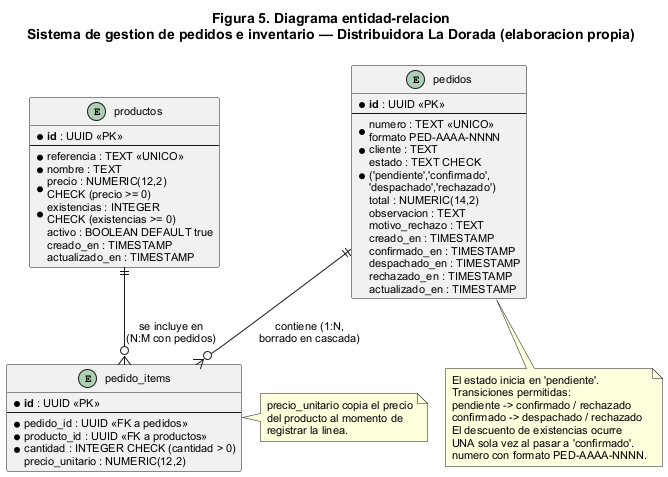
Earlier version of the PlantUML export docs/diagramas/entidad-relacion.png (Mr-Felipe/distri_la_dorada). Source of this version:
```plantuml
@startuml
!pragma layout smetana
title Figura 5. Diagrama entidad-relacion\nSistema de gestion de pedidos e inventario — Distribuidora La Dorada (elaboracion propia)

skinparam defaultFontName Arial
skinparam defaultFontSize 11
skinparam shadowing false
skinparam entityStyle rectangle
skinparam linetype ortho

entity "productos" as P {
  * **id** : UUID <<PK>>
  --
  * referencia : TEXT <<UNICO>>
  * nombre : TEXT
  * precio : NUMERIC(12,2)\nCHECK (precio >= 0)
  * existencias : INTEGER\nCHECK (existencias >= 0)
  activo : BOOLEAN DEFAULT true
  creado_en : TIMESTAMP
  actualizado_en : TIMESTAMP
}

entity "pedidos" as PE {
  * **id** : UUID <<PK>>
  --
  * numero : TEXT <<UNICO>>\nformato PED-AAAA-NNNN
  * cliente : TEXT
  * estado : TEXT CHECK\n('pendiente','confirmado',\n'despachado','rechazado')
  total : NUMERIC(14,2)
  observacion : TEXT
  motivo_rechazo : TEXT
  creado_en : TIMESTAMP
  confirmado_en : TIMESTAMP
  despachado_en : TIMESTAMP
  rechazado_en : TIMESTAMP
  actualizado_en : TIMESTAMP
}

entity "pedido_items" as I {
  * **id** : UUID <<PK>>
  --
  * pedido_id : UUID <<FK a pedidos>>
  * producto_id : UUID <<FK a productos>>
  * cantidad : INTEGER CHECK (cantidad > 0)
  precio_unitario : NUMERIC(12,2)
}

P ||--o{ I : "se incluye en\n(N:M con pedidos)"
PE ||--o{ I : "contiene (1:N,\nborrado en cascada)"

note bottom of PE
  El estado inicia en 'pendiente'.
  Transiciones permitidas:
  pendiente -> confirmado / rechazado
  confirmado -> despachado / rechazado
  El descuento de existencias ocurre
  UNA sola vez al pasar a 'confirmado'.
  numero con formato PED-AAAA-NNNN.
end note

note right of I
  precio_unitario copia el precio
  del producto al momento de
  registrar la linea.
end note

@enduml
```
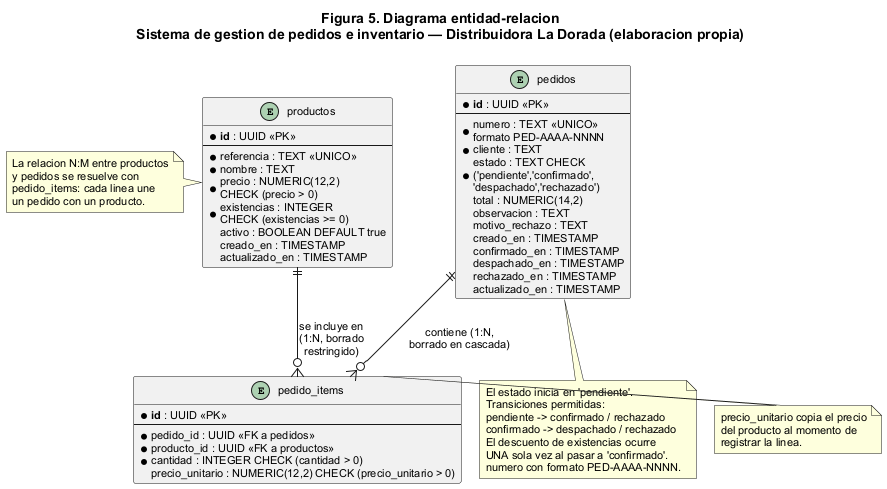
The same file after the commit.

What changed in the source:
```diff
@@ -13,7 +13,7 @@
   --
   * referencia : TEXT <<UNICO>>
   * nombre : TEXT
-  * precio : NUMERIC(12,2)\nCHECK (precio >= 0)
+  * precio : NUMERIC(12,2)\nCHECK (precio > 0)
   * existencias : INTEGER\nCHECK (existencias >= 0)
   activo : BOOLEAN DEFAULT true
   creado_en : TIMESTAMP
@@ -42,11 +42,18 @@
   * pedido_id : UUID <<FK a pedidos>>
   * producto_id : UUID <<FK a productos>>
   * cantidad : INTEGER CHECK (cantidad > 0)
-  precio_unitario : NUMERIC(12,2)
+  precio_unitario : NUMERIC(12,2) CHECK (precio_unitario > 0)
 }
 
-P ||--o{ I : "se incluye en\n(N:M con pedidos)"
+P ||--o{ I : "se incluye en\n(1:N, borrado\nrestringido)"
 PE ||--o{ I : "contiene (1:N,\nborrado en cascada)"
+
+note left of P
+  La relacion N:M entre productos
+  y pedidos se resuelve con
+  pedido_items: cada linea une
+  un pedido con un producto.
+end note
 
 note bottom of PE
   El estado inicia en 'pendiente'.
```
